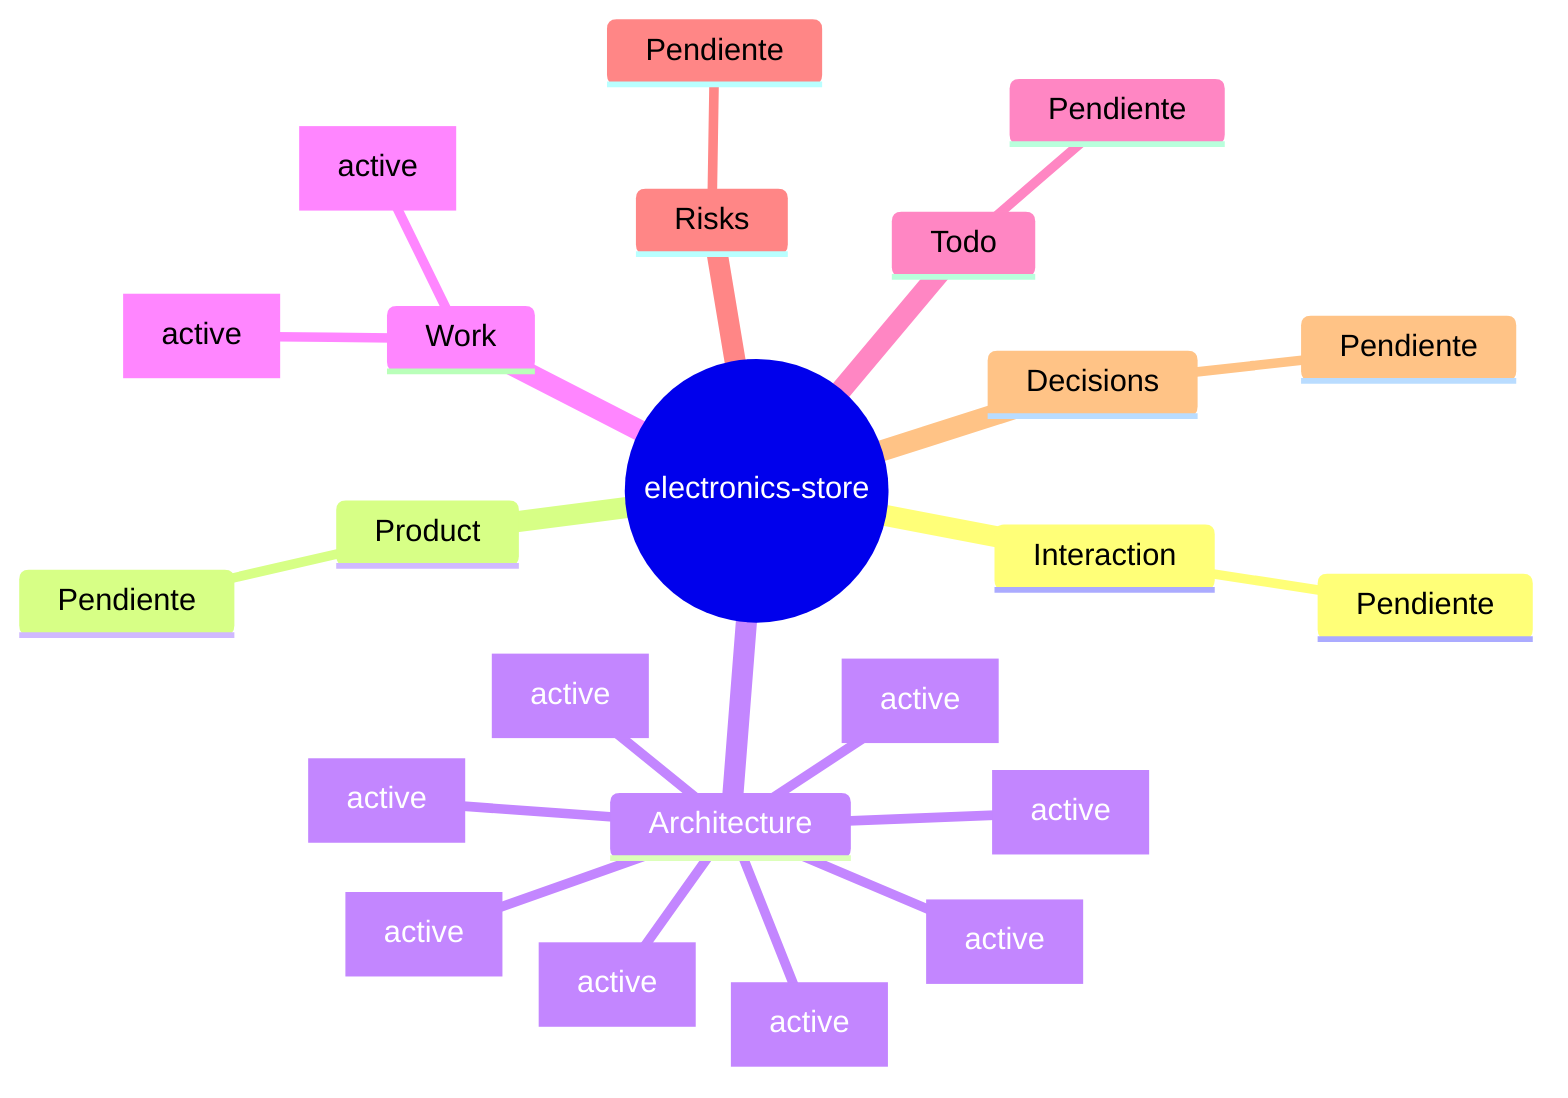
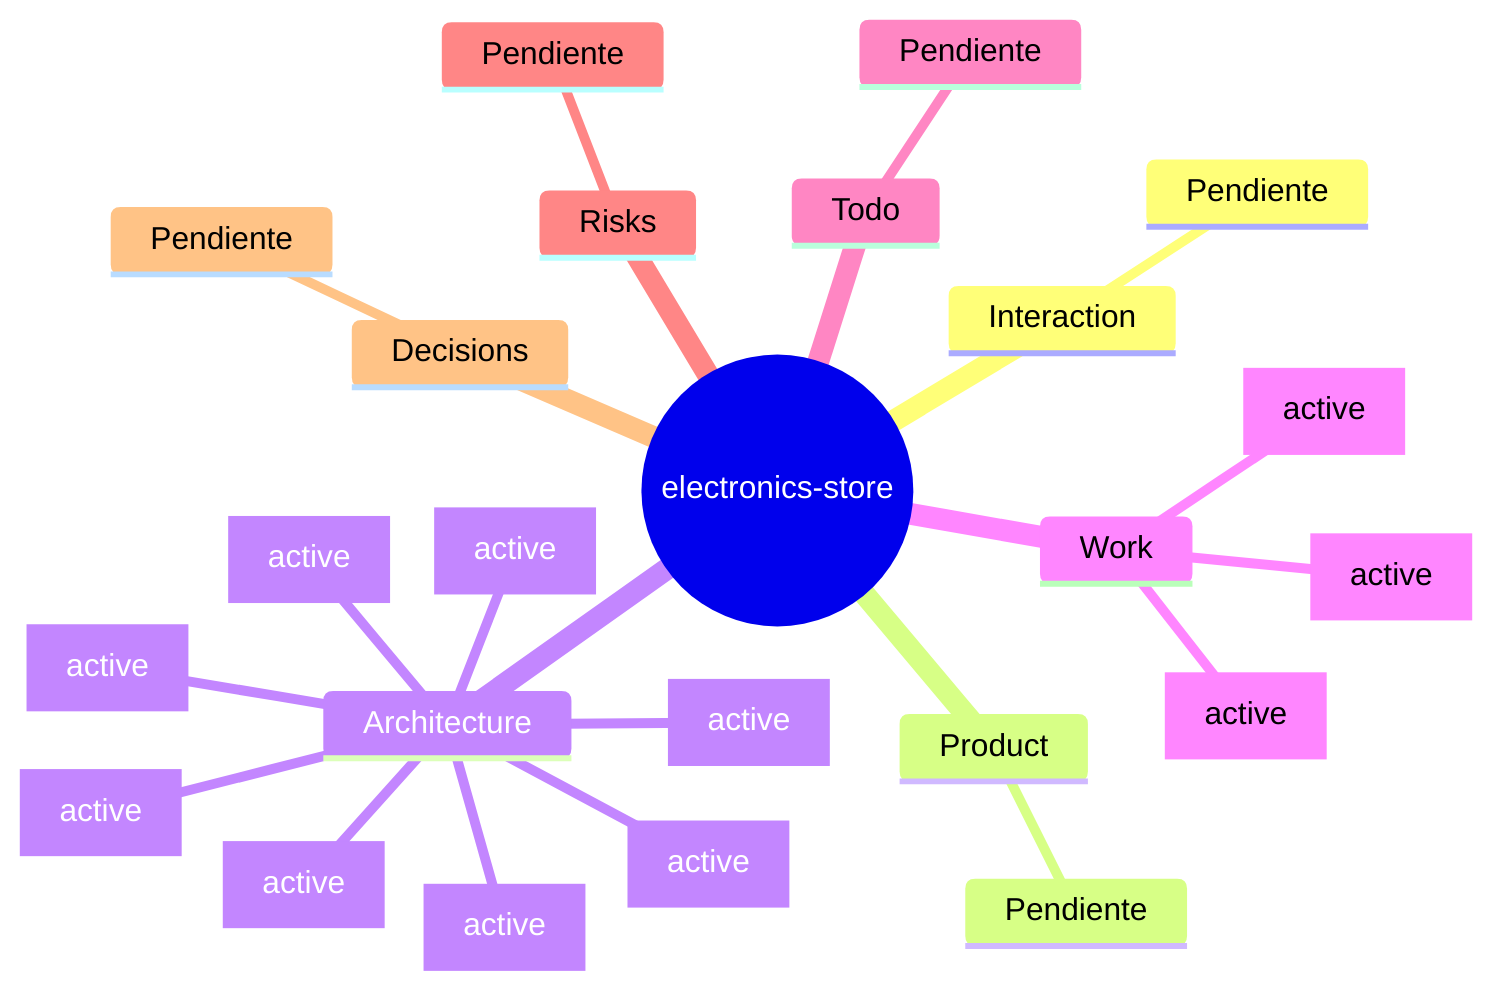
mindmap
  root((electronics-store))
    Interaction
      Pendiente
    Product
      Pendiente
    Architecture
      .env [active]
      .env.example [active]
      .gitignore [active]
      AGENTS.md [active]
      CLAUDE.md [active]
      README.md [active]
      eslint.config.mjs [active]
      middleware.ts [active]
    Work
      Google store admin access [active]
      Store security and caching pass [active]
+       Electronics inventory research shortlist [active]
    Todo
      Pendiente
    Risks
      Pendiente
    Decisions
      Pendiente
